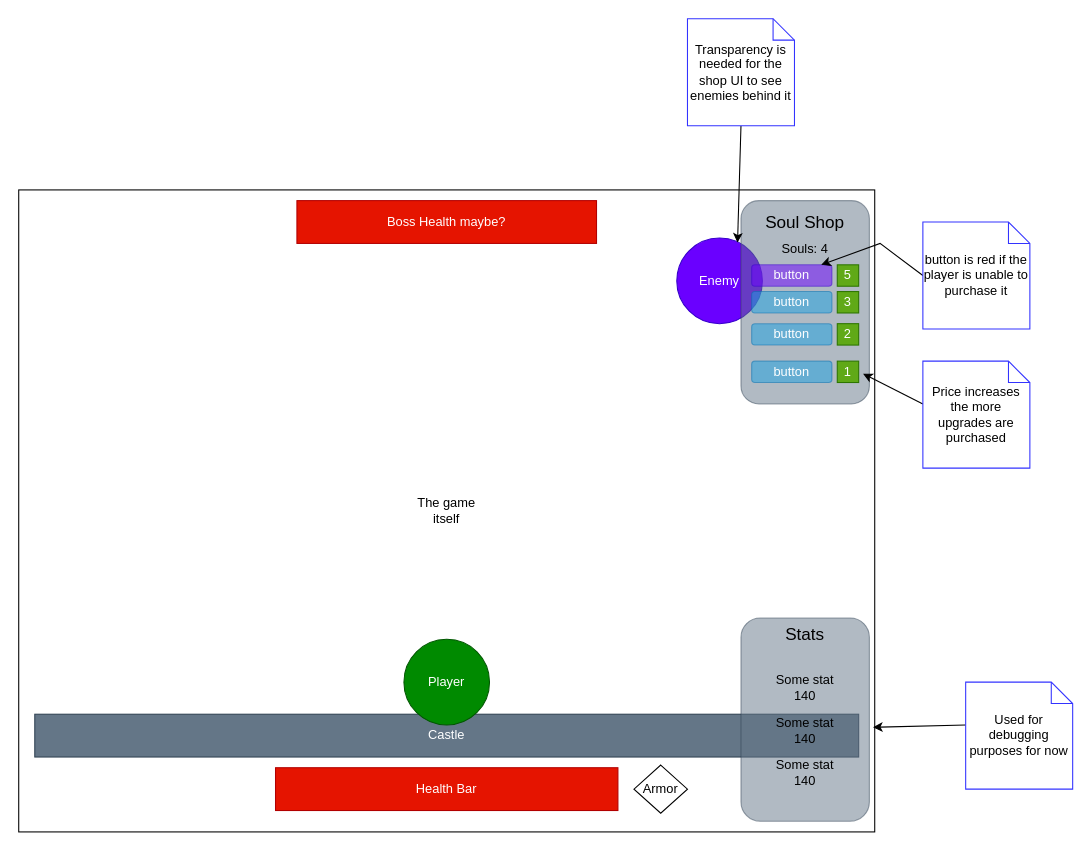
Above: page "Pre-Waves" (1 of 3) of Design/SoulSystemDesign.drawio in Edge321/DragonsDefense_v2 (draw.io), before the change. Source tidied: cells renumbered, new cells numbered last; positions are measured from the earlier drawing's top-left corner, leaving out a move shared by most shapes. Both pictures are drawn from the tidied source at 107%, with x=0, y=0 at pixel (18, 18).
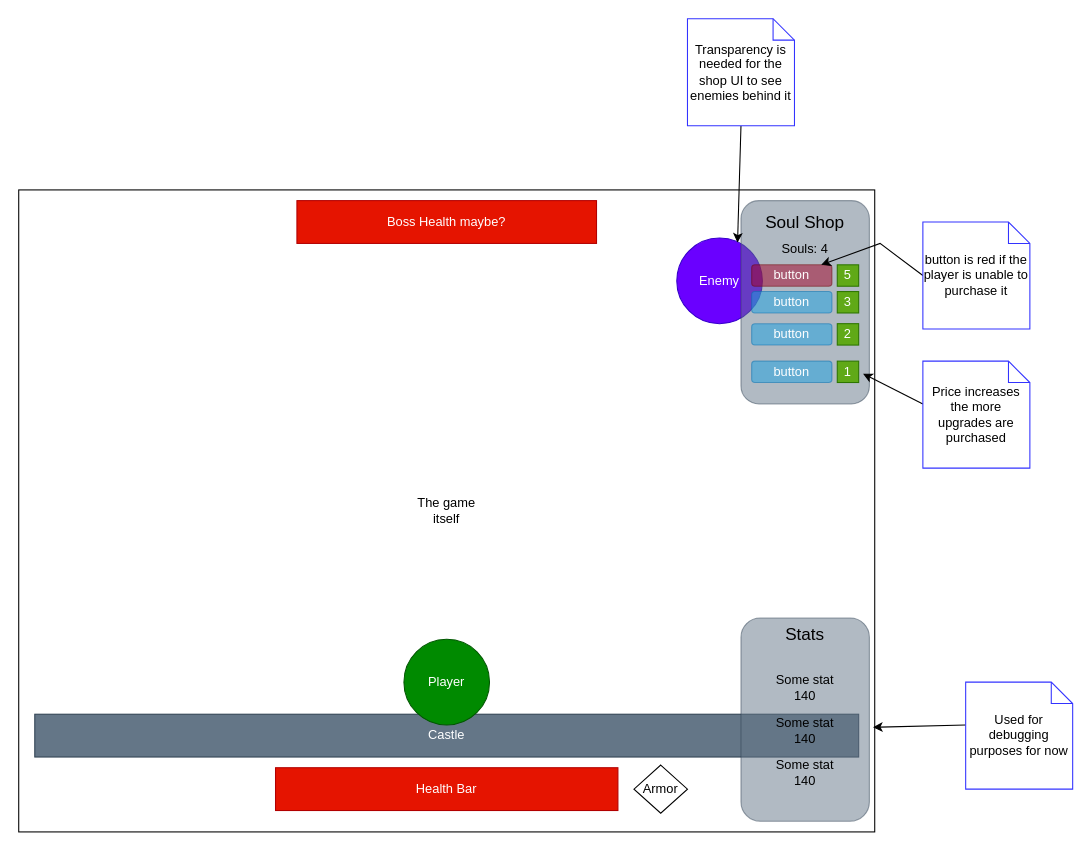
The same page after the edit.

The edit, as a diff of the source:
```diff
@@
-    <mxCell id="13" value="button" style="rounded=1;whiteSpace=wrap;html=1;fillColor=#6a00ff;fontColor=#ffffff;strokeColor=#3700CC;opacity=50;" parent="1" vertex="1">
+    <mxCell id="13" value="button" style="rounded=1;whiteSpace=wrap;html=1;fillColor=#a20025;fontColor=#ffffff;strokeColor=#6F0000;opacity=50;" parent="1" vertex="1">
       <mxGeometry x="685" y="230" width="75" height="20" as="geometry" />
     </mxCell>
```
